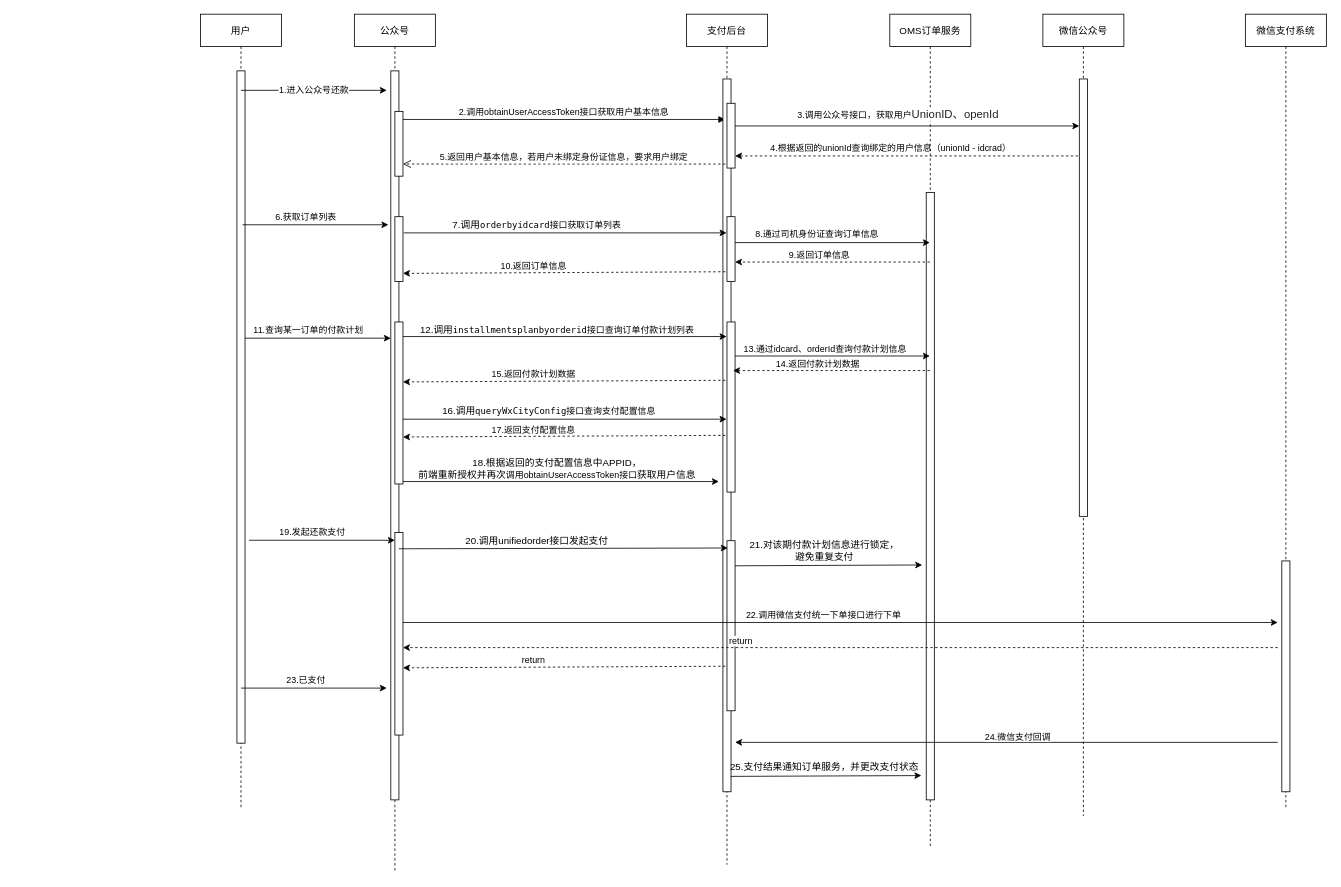
YouAnCao/doc keeps this draw.io diagram as page "第 2 页" (2 of 3) of 支付流程图.drawio. Above is the earlier version. Source tidied: cells renumbered, new cells numbered last; positions are measured from the earlier drawing's top-left corner, leaving out a move shared by most shapes. Both pictures are drawn from the tidied source at 81%, with x=0, y=0 at pixel (200, 14).
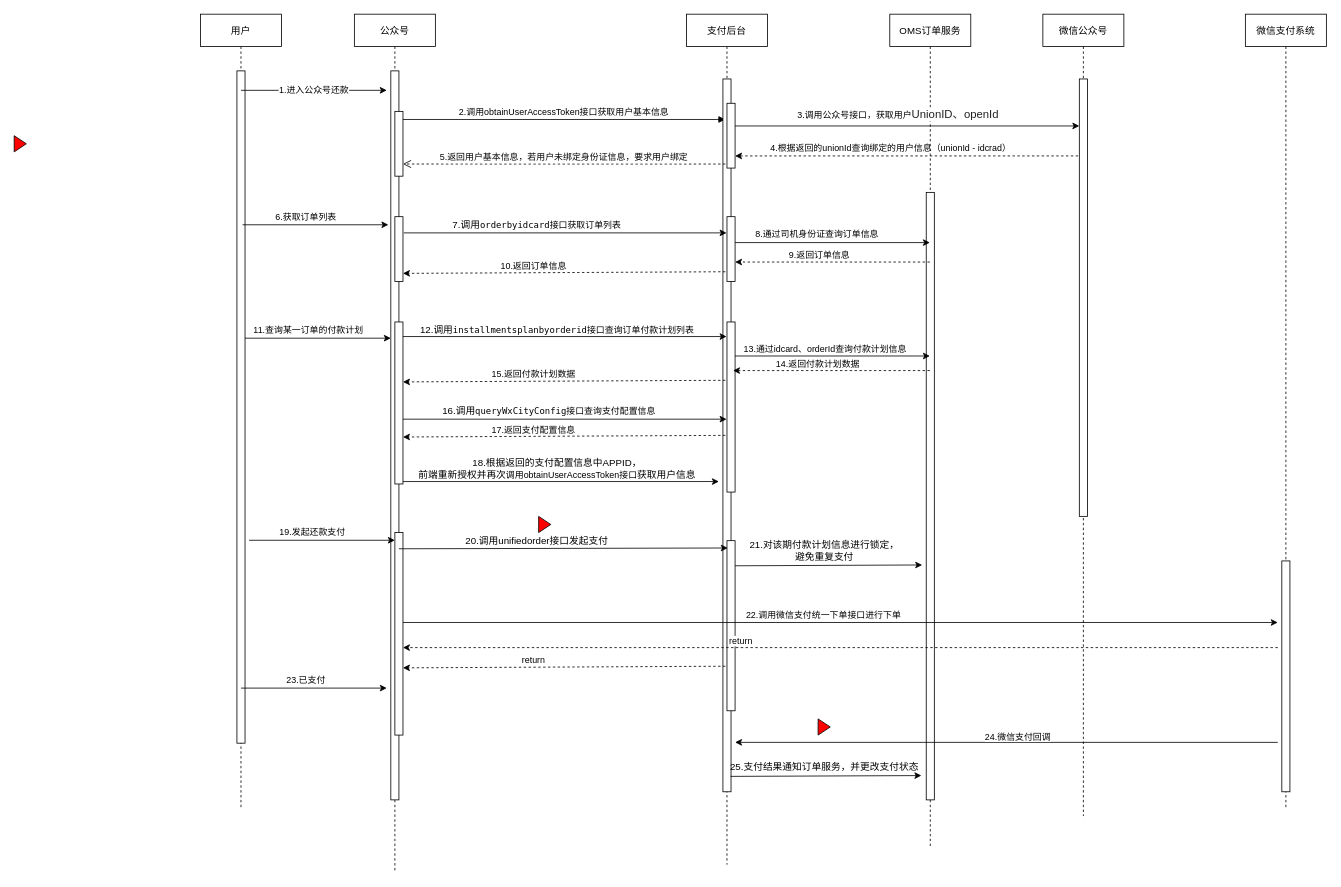
After the change.

The edit, as a diff of the source:
```diff
@@
+    <mxCell id="69" style="triangle;whiteSpace=wrap;html=1;fillColor=#FF0000;" parent="1" vertex="1">
+      <mxGeometry x="-230" y="150" width="15" height="20" as="geometry" />
+    </mxCell>
+    <mxCell id="70" style="triangle;whiteSpace=wrap;html=1;fillColor=#FF0000;" parent="1" vertex="1">
+      <mxGeometry x="417.5" y="620" width="15" height="20" as="geometry" />
+    </mxCell>
+    <mxCell id="71" style="triangle;whiteSpace=wrap;html=1;fillColor=#FF0000;" parent="1" vertex="1">
+      <mxGeometry x="762.5" y="870" width="15" height="20" as="geometry" />
+    </mxCell>
```
